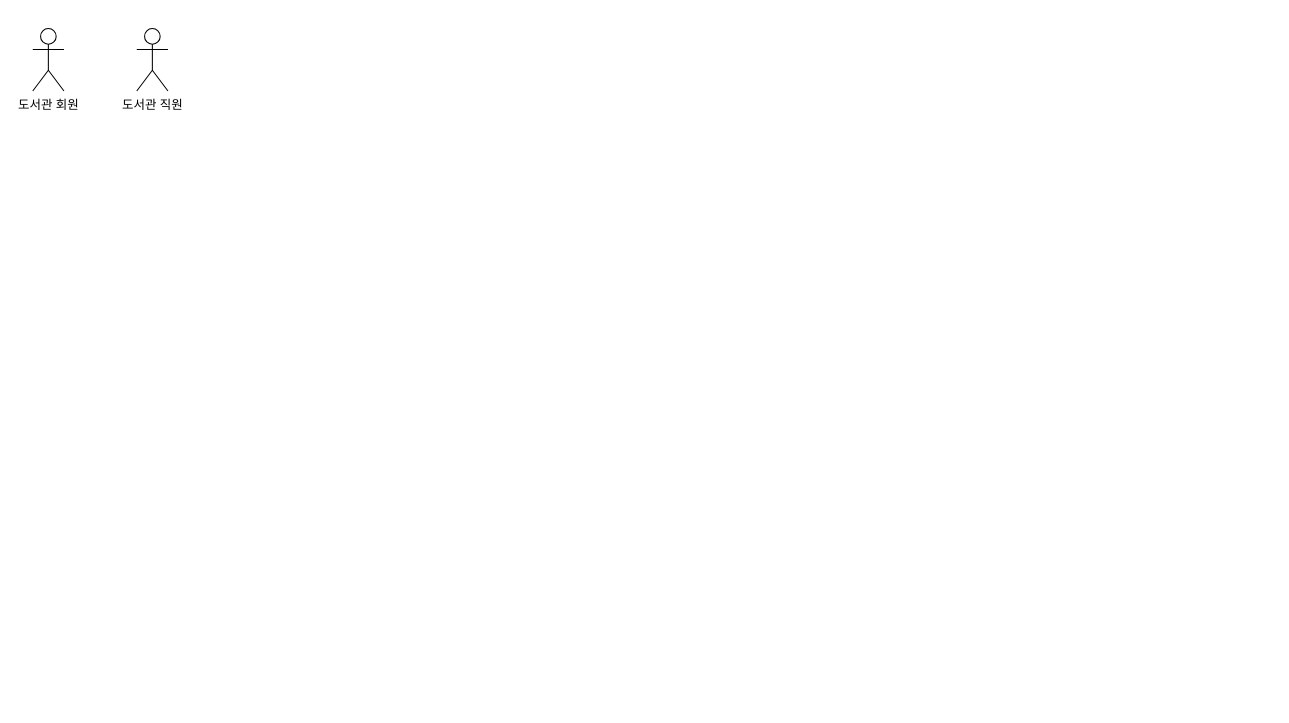
Earlier version of the draw.io diagram src/main/resources/제목 없는 다이어그램.drawio (gent0807/AttackWebApp). Source tidied: cells renumbered, new cells numbered last; positions are measured from the earlier drawing's top-left corner, leaving out a move shared by most shapes. Both pictures are drawn from the tidied source at 104%, with x=0, y=0 at pixel (32, 28).
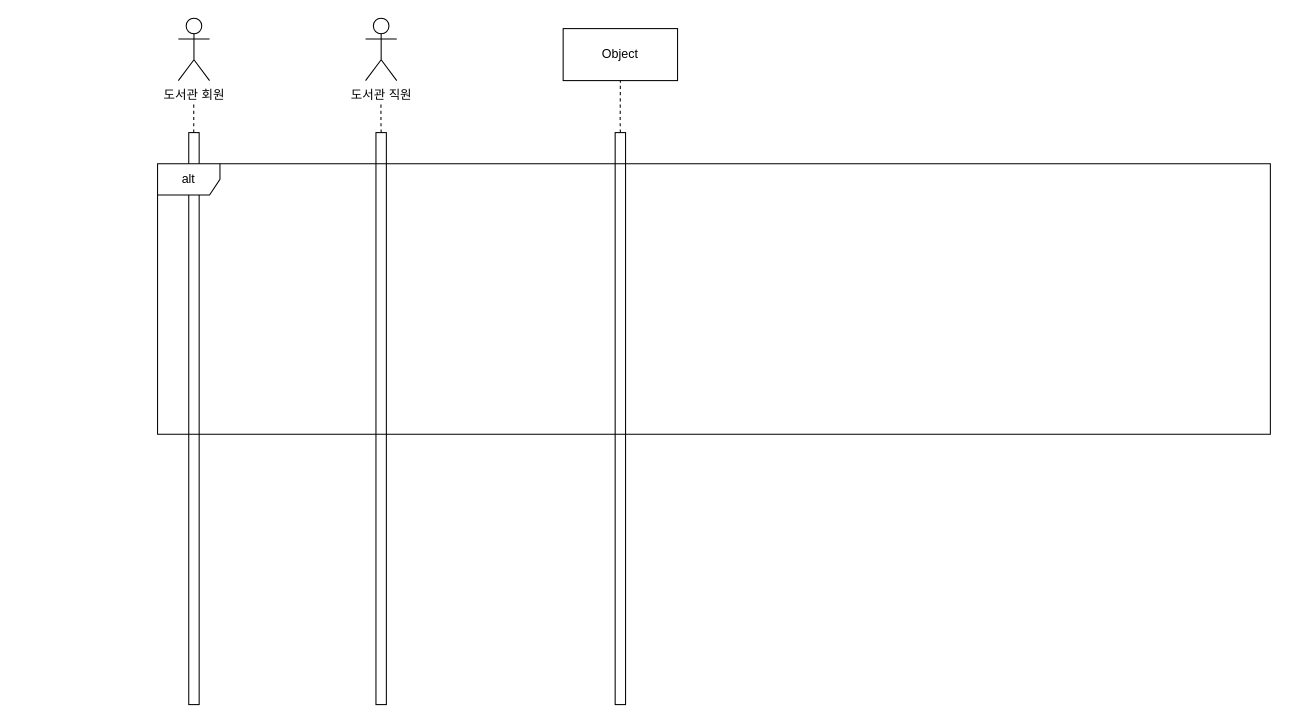
The same diagram, later.

Commit message (it also covers changes not shown here):
제목 없는 다이어그램.drawio 업데이트

Change to the diagram source:
```diff
@@
 <mxGraphModel>
   <root>
     <mxCell id="0" />
     <mxCell id="1" parent="0" />
+    <mxCell id="4" style="html=1;perimeter=orthogonalPerimeter;targetShapes=umlLifeline;newEdgeStyle={&quot;curved&quot;:0,&quot;rounded&quot;:0};" parent="1" vertex="1">
+      <mxGeometry x="560" y="100" width="10" height="550" as="geometry" />
+    </mxCell>
+    <mxCell id="5" style="html=1;perimeter=orthogonalPerimeter;targetShapes=umlLifeline;newEdgeStyle={&quot;curved&quot;:0,&quot;rounded&quot;:0};" parent="1" vertex="1">
+      <mxGeometry x="330" y="100" width="10" height="550" as="geometry" />
+    </mxCell>
     <mxCell id="2" value="도서관 회원" style="shape=umlActor;verticalLabelPosition=bottom;verticalAlign=top;html=1;" parent="1" vertex="1">
-      <mxGeometry width="30" height="60" as="geometry" />
+      <mxGeometry x="140" y="-10" width="30" height="60" as="geometry" />
     </mxCell>
     <mxCell id="3" value="도서관 직원" style="shape=umlActor;verticalLabelPosition=bottom;verticalAlign=top;html=1;" parent="1" vertex="1">
-      <mxGeometry x="100" width="30" height="60" as="geometry" />
+      <mxGeometry x="320" y="-10" width="30" height="60" as="geometry" />
     </mxCell>
+    <mxCell id="6" style="html=1;points=[[0,0,0,0,5],[0,1,0,0,-5],[1,0,0,0,5],[1,1,0,0,-5]];perimeter=orthogonalPerimeter;outlineConnect=0;targetShapes=umlLifeline;portConstraint=eastwest;newEdgeStyle={&quot;curved&quot;:0,&quot;rounded&quot;:0};" parent="1" vertex="1">
+      <mxGeometry x="150" y="100" width="10" height="550" as="geometry" />
+    </mxCell>
+    <mxCell id="7" value="alt" style="shape=umlFrame;whiteSpace=wrap;html=1;" parent="1" vertex="1">
+      <mxGeometry x="120" y="130" width="1070" height="260" as="geometry" />
+    </mxCell>
+    <mxCell id="8" value="Object" style="html=1;whiteSpace=wrap;" parent="1" vertex="1">
+      <mxGeometry x="510" width="110" height="50" as="geometry" />
+    </mxCell>
+    <mxCell id="9" style="endArrow=none;dashed=1;html=1;rounded=0;" parent="1" edge="1" source="6">
+      <mxGeometry relative="1" as="geometry">
+        <mxPoint x="154.8" y="70" as="targetPoint" />
+        <Array as="points">
+          <mxPoint x="154.8" y="90" />
+        </Array>
+      </mxGeometry>
+    </mxCell>
+    <mxCell id="10" style="endArrow=none;dashed=1;html=1;rounded=0;" parent="1" edge="1">
+      <mxGeometry relative="1" as="geometry">
+        <mxPoint x="335" y="100" as="sourcePoint" />
+        <mxPoint x="334.8" y="70" as="targetPoint" />
+        <Array as="points">
+          <mxPoint x="334.8" y="90" />
+        </Array>
+      </mxGeometry>
+    </mxCell>
+    <mxCell id="11" style="endArrow=none;dashed=1;html=1;rounded=0;entryX=0.5;entryY=1;entryDx=0;entryDy=0;" parent="1" edge="1" target="8">
+      <mxGeometry relative="1" as="geometry">
+        <mxPoint x="565" y="100" as="sourcePoint" />
+        <Array as="points">
+          <mxPoint x="564.8" y="90" />
+        </Array>
+      </mxGeometry>
+    </mxCell>
   </root>
 </mxGraphModel>
```
